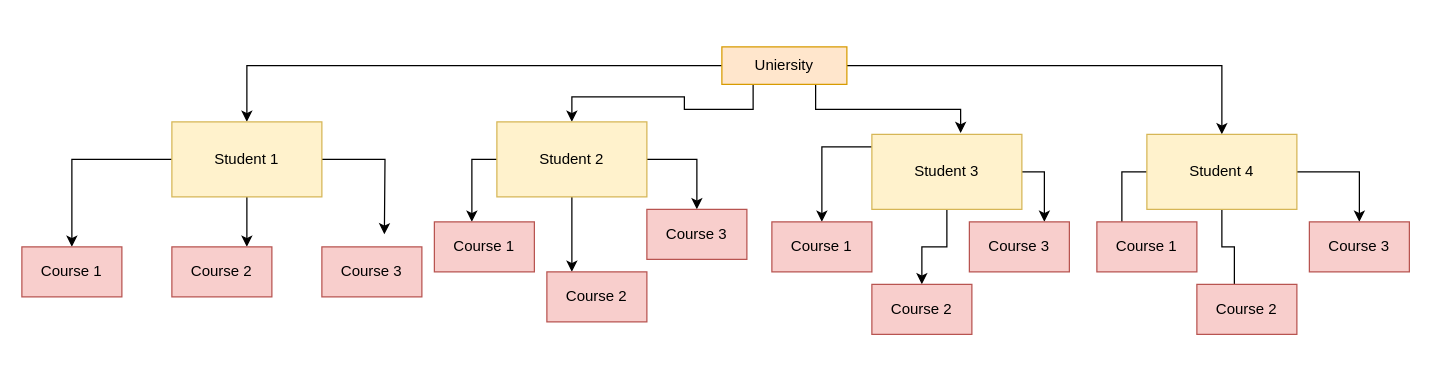
Above: page "Page-1" (1 of 2) of homework1.drawio in Symbataa/simbat (draw.io), before the change. Source tidied: cells renumbered, new cells numbered last; positions are measured from the earlier drawing's top-left corner, leaving out a move shared by most shapes. Both pictures are drawn from the tidied source at 125%, with x=0, y=0 at pixel (21, 46).
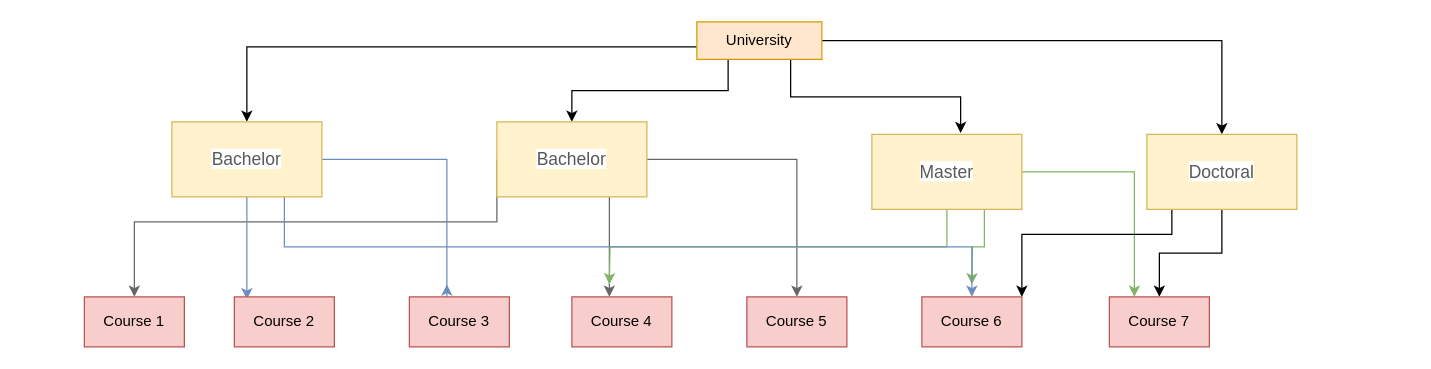
The same page after the edit.

The edit, as a diff of the source:
```diff
@@
     <mxCell id="2" style="edgeStyle=orthogonalEdgeStyle;rounded=0;jettySize=auto;html=1;entryX=0.5;entryY=0;entryDx=0;entryDy=0;" parent="1" edge="1" source="6" target="18">
-      <mxGeometry relative="1" as="geometry" />
+      <mxGeometry relative="1" as="geometry">
+        <Array as="points">
+          <mxPoint x="180" />
+        </Array>
+      </mxGeometry>
     </mxCell>
     <mxCell id="3" style="edgeStyle=orthogonalEdgeStyle;rounded=0;jettySize=auto;html=1;exitX=1;exitY=0.5;exitDx=0;exitDy=0;entryX=0.5;entryY=0;entryDx=0;entryDy=0;" parent="1" edge="1" source="6" target="22">
       <mxGeometry relative="1" as="geometry">
         <Array as="points">
-          <mxPoint x="960" y="15" />
+          <mxPoint x="960" y="-5" />
         </Array>
       </mxGeometry>
     </mxCell>
@@
-    <mxCell id="6" value="Uniersity" style="rounded=0;whiteSpace=wrap;html=1;fillColor=#ffe6cc;strokeColor=#d79b00;" parent="1" vertex="1">
-      <mxGeometry x="560" width="100" height="30" as="geometry" />
+    <mxCell id="6" value="University" style="rounded=0;whiteSpace=wrap;html=1;fillColor=#ffe6cc;strokeColor=#d79b00;" parent="1" vertex="1">
+      <mxGeometry x="540" y="-20" width="100" height="30" as="geometry" />
     </mxCell>
-    <mxCell id="7" style="edgeStyle=orthogonalEdgeStyle;rounded=0;jettySize=auto;html=1;" parent="1" edge="1" source="10">
-      <mxGeometry relative="1" as="geometry">
-        <mxPoint x="360" y="140" as="targetPoint" />
-      </mxGeometry>
-    </mxCell>
-    <mxCell id="8" style="edgeStyle=orthogonalEdgeStyle;rounded=0;jettySize=auto;html=1;entryX=0.25;entryY=0;entryDx=0;entryDy=0;" parent="1" edge="1" source="10" target="27">
-      <mxGeometry relative="1" as="geometry" />
-    </mxCell>
-    <mxCell id="9" style="edgeStyle=orthogonalEdgeStyle;rounded=0;jettySize=auto;html=1;entryX=0.5;entryY=0;entryDx=0;entryDy=0;" parent="1" edge="1" source="10" target="28">
-      <mxGeometry relative="1" as="geometry">
-        <Array as="points">
-          <mxPoint x="540" y="90" />
-        </Array>
-      </mxGeometry>
-    </mxCell>
+    <mxCell id="36" style="edgeStyle=orthogonalEdgeStyle;rounded=0;jettySize=auto;html=1;exitX=0.75;exitY=1;exitDx=0;exitDy=0;entryX=0.375;entryY=0;entryDx=0;entryDy=0;entryPerimeter=0;fillColor=#f5f5f5;strokeColor=#666666;" parent="1" edge="1" source="10" target="49">
+      <mxGeometry relative="1" as="geometry" />
+    </mxCell>
+    <mxCell id="37" style="edgeStyle=orthogonalEdgeStyle;rounded=0;jettySize=auto;html=1;exitX=0;exitY=0.5;exitDx=0;exitDy=0;entryX=0.5;entryY=0;entryDx=0;entryDy=0;fillColor=#f5f5f5;strokeColor=#666666;" parent="1" edge="1" source="10" target="47">
+      <mxGeometry relative="1" as="geometry">
+        <Array as="points">
+          <mxPoint x="380" y="140" />
+          <mxPoint x="90" y="140" />
+        </Array>
+      </mxGeometry>
+    </mxCell>
+    <mxCell id="38" style="edgeStyle=orthogonalEdgeStyle;rounded=0;jettySize=auto;html=1;entryX=0.5;entryY=0;entryDx=0;entryDy=0;fillColor=#f5f5f5;strokeColor=#666666;" parent="1" edge="1" source="10" target="50">
+      <mxGeometry relative="1" as="geometry" />
+    </mxCell>
-    <mxCell id="10" value="Student 2" style="rounded=0;whiteSpace=wrap;html=1;fillColor=#fff2cc;strokeColor=#d6b656;" parent="1" vertex="1">
+    <mxCell id="10" value="&lt;span style=&quot;color: rgb(89 , 89 , 89) ; font-family: &amp;#34;arial&amp;#34; , sans-serif ; font-size: 14px ; text-align: left ; background-color: rgb(255 , 255 , 255)&quot;&gt;Bachelor&lt;/span&gt;" style="rounded=0;whiteSpace=wrap;html=1;fillColor=#fff2cc;strokeColor=#d6b656;" parent="1" vertex="1">
       <mxGeometry x="380" y="60" width="120" height="60" as="geometry" />
     </mxCell>
-    <mxCell id="11" style="edgeStyle=orthogonalEdgeStyle;rounded=0;jettySize=auto;html=1;entryX=0.5;entryY=0;entryDx=0;entryDy=0;" parent="1" edge="1" source="14" target="32">
-      <mxGeometry relative="1" as="geometry">
-        <Array as="points">
-          <mxPoint x="640" y="80" />
-        </Array>
-      </mxGeometry>
-    </mxCell>
-    <mxCell id="12" style="edgeStyle=orthogonalEdgeStyle;rounded=0;jettySize=auto;html=1;" parent="1" edge="1" source="14" target="31">
-      <mxGeometry relative="1" as="geometry" />
-    </mxCell>
-    <mxCell id="13" style="edgeStyle=orthogonalEdgeStyle;rounded=0;jettySize=auto;html=1;exitX=1;exitY=0.5;exitDx=0;exitDy=0;entryX=0.75;entryY=0;entryDx=0;entryDy=0;" parent="1" edge="1" source="14" target="30">
-      <mxGeometry relative="1" as="geometry">
-        <Array as="points">
-          <mxPoint x="818" y="100" />
-        </Array>
-      </mxGeometry>
-    </mxCell>
+    <mxCell id="39" style="edgeStyle=orthogonalEdgeStyle;rounded=0;jettySize=auto;html=1;exitX=1;exitY=0.5;exitDx=0;exitDy=0;entryX=0.25;entryY=0;entryDx=0;entryDy=0;fillColor=#d5e8d4;strokeColor=#82b366;" parent="1" edge="1" source="14" target="52">
+      <mxGeometry relative="1" as="geometry" />
+    </mxCell>
+    <mxCell id="40" style="edgeStyle=orthogonalEdgeStyle;rounded=0;jettySize=auto;html=1;exitX=0.5;exitY=1;exitDx=0;exitDy=0;fillColor=#d5e8d4;strokeColor=#82b366;" parent="1" edge="1" source="14">
+      <mxGeometry relative="1" as="geometry">
+        <mxPoint x="470" y="190" as="targetPoint" />
+      </mxGeometry>
+    </mxCell>
+    <mxCell id="41" style="edgeStyle=orthogonalEdgeStyle;rounded=0;jettySize=auto;html=1;exitX=0.75;exitY=1;exitDx=0;exitDy=0;fillColor=#d5e8d4;strokeColor=#82b366;" parent="1" edge="1" source="14">
+      <mxGeometry relative="1" as="geometry">
+        <mxPoint x="760" y="190" as="targetPoint" />
+      </mxGeometry>
+    </mxCell>
-    <mxCell id="14" value="Student 3" style="rounded=0;whiteSpace=wrap;html=1;fillColor=#fff2cc;strokeColor=#d6b656;" parent="1" vertex="1">
+    <mxCell id="14" value="&lt;span style=&quot;color: rgb(89 , 89 , 89) ; font-family: &amp;#34;arial&amp;#34; , sans-serif ; font-size: 14px ; text-align: left ; background-color: rgb(255 , 255 , 255)&quot;&gt;Master&lt;/span&gt;" style="rounded=0;whiteSpace=wrap;html=1;fillColor=#fff2cc;strokeColor=#d6b656;" parent="1" vertex="1">
       <mxGeometry x="680" y="70" width="120" height="60" as="geometry" />
     </mxCell>
-    <mxCell id="15" style="edgeStyle=orthogonalEdgeStyle;rounded=0;jettySize=auto;html=1;exitX=0;exitY=0.5;exitDx=0;exitDy=0;entryX=0.5;entryY=0;entryDx=0;entryDy=0;" parent="1" edge="1" source="18" target="23">
-      <mxGeometry relative="1" as="geometry" />
-    </mxCell>
-    <mxCell id="16" style="edgeStyle=orthogonalEdgeStyle;rounded=0;jettySize=auto;html=1;entryX=0.75;entryY=0;entryDx=0;entryDy=0;" parent="1" edge="1" source="18" target="24">
-      <mxGeometry relative="1" as="geometry" />
-    </mxCell>
-    <mxCell id="17" style="edgeStyle=orthogonalEdgeStyle;rounded=0;jettySize=auto;html=1;" parent="1" edge="1" source="18">
-      <mxGeometry relative="1" as="geometry">
-        <mxPoint x="290" y="150" as="targetPoint" />
-      </mxGeometry>
-    </mxCell>
+    <mxCell id="42" style="edgeStyle=orthogonalEdgeStyle;rounded=0;jettySize=auto;html=1;exitX=0.5;exitY=1;exitDx=0;exitDy=0;entryX=0.125;entryY=0.05;entryDx=0;entryDy=0;entryPerimeter=0;fillColor=#dae8fc;strokeColor=#6c8ebf;" parent="1" edge="1" source="18" target="48">
+      <mxGeometry relative="1" as="geometry" />
+    </mxCell>
+    <mxCell id="43" style="edgeStyle=orthogonalEdgeStyle;rounded=0;jettySize=auto;html=1;exitX=1;exitY=0.5;exitDx=0;exitDy=0;fillColor=#dae8fc;strokeColor=#6c8ebf;" parent="1" edge="1" source="18">
+      <mxGeometry relative="1" as="geometry">
+        <mxPoint x="340" y="190" as="targetPoint" />
+        <Array as="points">
+          <mxPoint x="340" y="90" />
+          <mxPoint x="340" y="200" />
+        </Array>
+      </mxGeometry>
+    </mxCell>
+    <mxCell id="44" style="edgeStyle=orthogonalEdgeStyle;rounded=0;jettySize=auto;html=1;exitX=0.75;exitY=1;exitDx=0;exitDy=0;entryX=0.5;entryY=0;entryDx=0;entryDy=0;fillColor=#dae8fc;strokeColor=#6c8ebf;" parent="1" edge="1" source="18" target="51">
+      <mxGeometry relative="1" as="geometry">
+        <Array as="points">
+          <mxPoint x="210" y="160" />
+          <mxPoint x="760" y="160" />
+        </Array>
+      </mxGeometry>
+    </mxCell>
-    <mxCell id="18" value="Student 1" style="rounded=0;whiteSpace=wrap;html=1;fillColor=#fff2cc;strokeColor=#d6b656;" parent="1" vertex="1">
+    <mxCell id="18" value="&lt;span style=&quot;color: rgb(89 , 89 , 89) ; font-family: &amp;#34;arial&amp;#34; , sans-serif ; font-size: 14px ; text-align: left ; background-color: rgb(255 , 255 , 255)&quot;&gt;Bachelor&lt;/span&gt;" style="rounded=0;whiteSpace=wrap;html=1;fillColor=#fff2cc;strokeColor=#d6b656;" parent="1" vertex="1">
       <mxGeometry x="120" y="60" width="120" height="60" as="geometry" />
     </mxCell>
-    <mxCell id="19" style="edgeStyle=orthogonalEdgeStyle;rounded=0;jettySize=auto;html=1;" parent="1" edge="1" source="22">
-      <mxGeometry relative="1" as="geometry">
-        <mxPoint x="880" y="140" as="targetPoint" />
-      </mxGeometry>
-    </mxCell>
-    <mxCell id="20" style="edgeStyle=orthogonalEdgeStyle;rounded=0;jettySize=auto;html=1;entryX=0.375;entryY=0.25;entryDx=0;entryDy=0;entryPerimeter=0;" parent="1" edge="1" source="22" target="35">
-      <mxGeometry relative="1" as="geometry" />
-    </mxCell>
-    <mxCell id="21" style="edgeStyle=orthogonalEdgeStyle;rounded=0;jettySize=auto;html=1;entryX=0.5;entryY=0;entryDx=0;entryDy=0;" parent="1" edge="1" source="22" target="33">
-      <mxGeometry relative="1" as="geometry" />
-    </mxCell>
+    <mxCell id="45" style="edgeStyle=orthogonalEdgeStyle;rounded=0;jettySize=auto;html=1;exitX=0.5;exitY=1;exitDx=0;exitDy=0;" parent="1" edge="1" source="22" target="52">
+      <mxGeometry relative="1" as="geometry" />
+    </mxCell>
+    <mxCell id="46" style="edgeStyle=orthogonalEdgeStyle;rounded=0;jettySize=auto;html=1;exitX=0.167;exitY=1;exitDx=0;exitDy=0;entryX=1;entryY=0;entryDx=0;entryDy=0;exitPerimeter=0;" parent="1" edge="1" source="22" target="51">
+      <mxGeometry relative="1" as="geometry">
+        <Array as="points">
+          <mxPoint x="930" y="130" />
+          <mxPoint x="930" y="100" />
+          <mxPoint x="920" y="100" />
+          <mxPoint x="920" y="150" />
+          <mxPoint x="800" y="150" />
+        </Array>
+      </mxGeometry>
+    </mxCell>
-    <mxCell id="22" value="Student 4" style="rounded=0;whiteSpace=wrap;html=1;fillColor=#fff2cc;strokeColor=#d6b656;" parent="1" vertex="1">
+    <mxCell id="22" value="&lt;span style=&quot;color: rgb(89 , 89 , 89) ; font-family: &amp;#34;arial&amp;#34; , sans-serif ; font-size: 14px ; text-align: left ; background-color: rgb(255 , 255 , 255)&quot;&gt;Doctoral&lt;/span&gt;" style="rounded=0;whiteSpace=wrap;html=1;fillColor=#fff2cc;strokeColor=#d6b656;" parent="1" vertex="1">
       <mxGeometry x="900" y="70" width="120" height="60" as="geometry" />
     </mxCell>
-    <mxCell id="23" value="Course 1" style="rounded=0;whiteSpace=wrap;html=1;fillColor=#f8cecc;strokeColor=#b85450;" parent="1" vertex="1">
-      <mxGeometry y="160" width="80" height="40" as="geometry" />
-    </mxCell>
-    <mxCell id="24" value="Course 2" style="rounded=0;whiteSpace=wrap;html=1;fillColor=#f8cecc;strokeColor=#b85450;" parent="1" vertex="1">
-      <mxGeometry x="120" y="160" width="80" height="40" as="geometry" />
-    </mxCell>
-    <mxCell id="25" value="Course 3" style="rounded=0;whiteSpace=wrap;html=1;fillColor=#f8cecc;strokeColor=#b85450;" parent="1" vertex="1">
-      <mxGeometry x="240" y="160" width="80" height="40" as="geometry" />
-    </mxCell>
-    <mxCell id="26" value="Course 1" style="rounded=0;whiteSpace=wrap;html=1;fillColor=#f8cecc;strokeColor=#b85450;" parent="1" vertex="1">
-      <mxGeometry x="330" y="140" width="80" height="40" as="geometry" />
-    </mxCell>
-    <mxCell id="27" value="Course 2" style="rounded=0;whiteSpace=wrap;html=1;fillColor=#f8cecc;strokeColor=#b85450;" parent="1" vertex="1">
-      <mxGeometry x="420" y="180" width="80" height="40" as="geometry" />
-    </mxCell>
-    <mxCell id="28" value="Course 3" style="rounded=0;whiteSpace=wrap;html=1;fillColor=#f8cecc;strokeColor=#b85450;" parent="1" vertex="1">
-      <mxGeometry x="500" y="130" width="80" height="40" as="geometry" />
-    </mxCell>
-    <mxCell id="29" style="edgeStyle=orthogonalEdgeStyle;rounded=0;orthogonalLoop=1;jettySize=auto;html=1;exitX=0.5;exitY=1;exitDx=0;exitDy=0;" parent="1" edge="1" source="27" target="27">
-      <mxGeometry relative="1" as="geometry" />
+    <mxCell id="29" style="edgeStyle=orthogonalEdgeStyle;rounded=0;orthogonalLoop=1;jettySize=auto;html=1;exitX=0.5;exitY=1;exitDx=0;exitDy=0;" parent="1" edge="1">
+      <mxGeometry relative="1" as="geometry">
+        <mxPoint x="460" y="220" as="sourcePoint" />
+        <mxPoint x="460" y="220" as="targetPoint" />
+      </mxGeometry>
     </mxCell>
-    <mxCell id="30" value="Course 3" style="rounded=0;whiteSpace=wrap;html=1;fillColor=#f8cecc;strokeColor=#b85450;" parent="1" vertex="1">
-      <mxGeometry x="758" y="140" width="80" height="40" as="geometry" />
-    </mxCell>
-    <mxCell id="31" value="Course 2" style="rounded=0;whiteSpace=wrap;html=1;fillColor=#f8cecc;strokeColor=#b85450;" parent="1" vertex="1">
-      <mxGeometry x="680" y="190" width="80" height="40" as="geometry" />
-    </mxCell>
-    <mxCell id="32" value="Course 1" style="rounded=0;whiteSpace=wrap;html=1;fillColor=#f8cecc;strokeColor=#b85450;" parent="1" vertex="1">
-      <mxGeometry x="600" y="140" width="80" height="40" as="geometry" />
-    </mxCell>
+    <mxCell id="47" value="Course 1" style="rounded=0;whiteSpace=wrap;html=1;fillColor=#f8cecc;strokeColor=#b85450;" parent="1" vertex="1">
+      <mxGeometry x="50" y="200" width="80" height="40" as="geometry" />
+    </mxCell>
+    <mxCell id="48" value="Course 2" style="rounded=0;whiteSpace=wrap;html=1;fillColor=#f8cecc;strokeColor=#b85450;" parent="1" vertex="1">
+      <mxGeometry x="170" y="200" width="80" height="40" as="geometry" />
+    </mxCell>
     <mxCell id="33" value="&lt;span&gt;Course 3&lt;/span&gt;" style="rounded=0;whiteSpace=wrap;html=1;fillColor=#f8cecc;strokeColor=#b85450;" parent="1" vertex="1">
-      <mxGeometry x="1030" y="140" width="80" height="40" as="geometry" />
+      <mxGeometry x="310" y="200" width="80" height="40" as="geometry" />
     </mxCell>
-    <mxCell id="34" value="Course 1" style="rounded=0;whiteSpace=wrap;html=1;fillColor=#f8cecc;strokeColor=#b85450;" parent="1" vertex="1">
-      <mxGeometry x="860" y="140" width="80" height="40" as="geometry" />
-    </mxCell>
-    <mxCell id="35" value="&lt;span&gt;Course 2&lt;/span&gt;" style="rounded=0;whiteSpace=wrap;html=1;fillColor=#f8cecc;strokeColor=#b85450;" parent="1" vertex="1">
-      <mxGeometry x="940" y="190" width="80" height="40" as="geometry" />
-    </mxCell>
+    <mxCell id="49" value="&lt;span&gt;Course 4&lt;/span&gt;" style="rounded=0;whiteSpace=wrap;html=1;fillColor=#f8cecc;strokeColor=#b85450;" parent="1" vertex="1">
+      <mxGeometry x="440" y="200" width="80" height="40" as="geometry" />
+    </mxCell>
+    <mxCell id="50" value="&lt;span&gt;Course 5&lt;/span&gt;" style="rounded=0;whiteSpace=wrap;html=1;fillColor=#f8cecc;strokeColor=#b85450;" parent="1" vertex="1">
+      <mxGeometry x="580" y="200" width="80" height="40" as="geometry" />
+    </mxCell>
+    <mxCell id="51" value="&lt;span&gt;Course 6&lt;/span&gt;" style="rounded=0;whiteSpace=wrap;html=1;fillColor=#f8cecc;strokeColor=#b85450;" parent="1" vertex="1">
+      <mxGeometry x="720" y="200" width="80" height="40" as="geometry" />
+    </mxCell>
+    <mxCell id="52" value="&lt;span&gt;Course 7&lt;/span&gt;" style="rounded=0;whiteSpace=wrap;html=1;fillColor=#f8cecc;strokeColor=#b85450;" parent="1" vertex="1">
+      <mxGeometry x="870" y="200" width="80" height="40" as="geometry" />
+    </mxCell>
```
